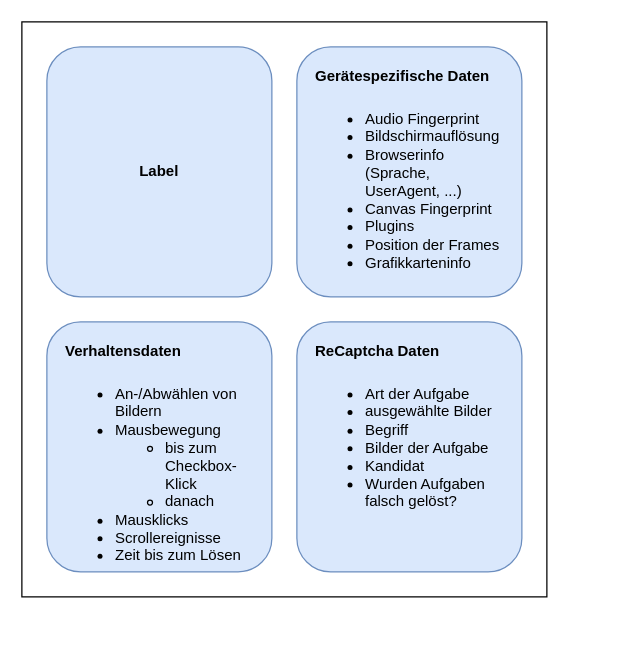
lustigo/refingerprint keeps this draw.io diagram as ext/Data.drawio. Above is the earlier version. Source tidied: cells renumbered, new cells numbered last; positions are measured from the earlier drawing's top-left corner, leaving out a move shared by most shapes. Both pictures are drawn from the tidied source at 125%, with x=0, y=0 at pixel (21, 21).
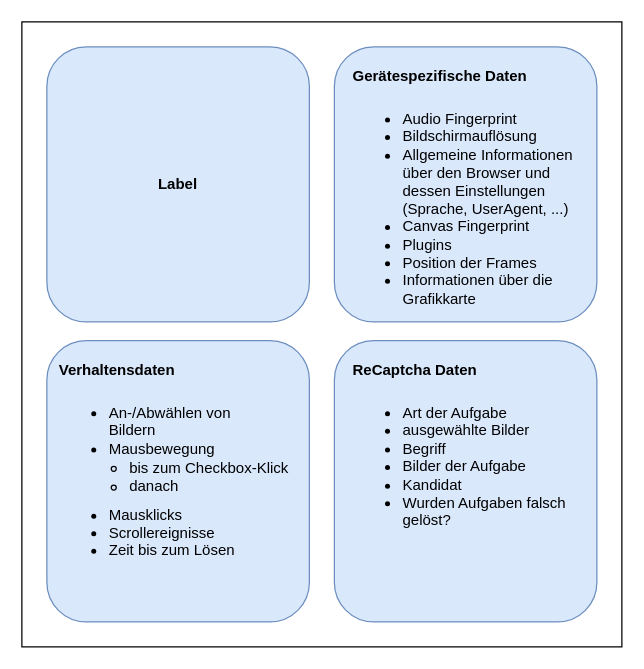
The same page after the edit.

Commit message (it also covers changes not shown here):
fix: Diagramme und Readme geupdated; Umfragenstruktur hinzugefügt

The edit, as a diff of the source:
```diff
@@
 <mxGraphModel>
   <root>
     <mxCell id="0" />
     <mxCell id="1" parent="0" />
+    <mxCell id="4" style="rounded=1;whiteSpace=wrap;html=1;fillColor=#dae8fc;strokeColor=#6c8ebf;" parent="1" vertex="1">
+      <mxGeometry x="250" y="20" width="210" height="220" as="geometry" />
+    </mxCell>
     <mxCell id="2" style="rounded=1;whiteSpace=wrap;html=1;fillColor=#dae8fc;strokeColor=#6c8ebf;" parent="1" vertex="1">
-      <mxGeometry x="220" y="240" width="180" height="200" as="geometry" />
+      <mxGeometry x="250" y="255" width="210" height="225" as="geometry" />
     </mxCell>
     <mxCell id="3" style="rounded=0;whiteSpace=wrap;html=1;fillColor=none;" parent="1" vertex="1">
-      <mxGeometry width="420" height="460" as="geometry" />
+      <mxGeometry width="480" height="500" as="geometry" />
     </mxCell>
-    <mxCell id="4" style="rounded=1;whiteSpace=wrap;html=1;fillColor=#dae8fc;strokeColor=#6c8ebf;" parent="1" vertex="1">
-      <mxGeometry x="220" y="20" width="180" height="200" as="geometry" />
-    </mxCell>
     <mxCell id="5" value="&lt;b&gt;Label&lt;/b&gt;" style="rounded=1;whiteSpace=wrap;html=1;fillColor=#dae8fc;strokeColor=#6c8ebf;" parent="1" vertex="1">
-      <mxGeometry x="20" y="20" width="180" height="200" as="geometry" />
+      <mxGeometry x="20" y="20" width="210" height="220" as="geometry" />
     </mxCell>
     <mxCell id="6" style="rounded=1;whiteSpace=wrap;html=1;fillColor=#dae8fc;strokeColor=#6c8ebf;" parent="1" vertex="1">
-      <mxGeometry x="20" y="240" width="180" height="200" as="geometry" />
+      <mxGeometry x="20" y="255" width="210" height="225" as="geometry" />
     </mxCell>
-    <mxCell id="7" value="&lt;h1&gt;&lt;font style=&quot;font-size: 12px&quot;&gt;Gerätespezifische Daten&lt;/font&gt;&lt;/h1&gt;&lt;div&gt;&lt;ul&gt;&lt;li&gt;&lt;font style=&quot;font-size: 12px&quot;&gt;Audio Fingerprint&lt;/font&gt;&lt;/li&gt;&lt;li&gt;&lt;font style=&quot;font-size: 12px&quot;&gt;Bildschirmauflösung&lt;/font&gt;&lt;/li&gt;&lt;li&gt;&lt;font style=&quot;font-size: 12px&quot;&gt;Browserinfo&lt;br&gt;&lt;/font&gt;(Sprache, UserAgent, ...)&amp;nbsp;&lt;/li&gt;&lt;li&gt;&lt;font style=&quot;font-size: 12px&quot;&gt;Canvas Fingerprint&lt;/font&gt;&lt;/li&gt;&lt;li&gt;&lt;font style=&quot;font-size: 12px&quot;&gt;Plugins&lt;/font&gt;&lt;/li&gt;&lt;li&gt;Position der Frames&lt;/li&gt;&lt;li&gt;&lt;font style=&quot;font-size: 12px&quot;&gt;Grafikkarteninfo&lt;/font&gt;&lt;/li&gt;&lt;/ul&gt;&lt;/div&gt;" style="text;html=1;strokeColor=none;fillColor=none;spacing=5;spacingTop=-20;whiteSpace=wrap;overflow=hidden;rounded=0;" parent="1" vertex="1">
-      <mxGeometry x="230" y="20" width="160" height="190" as="geometry" />
+    <mxCell id="7" value="&lt;h1&gt;&lt;font style=&quot;font-size: 12px&quot;&gt;Gerätespezifische Daten&lt;/font&gt;&lt;/h1&gt;&lt;div&gt;&lt;ul&gt;&lt;li&gt;&lt;font style=&quot;font-size: 12px&quot;&gt;Audio Fingerprint&lt;/font&gt;&lt;/li&gt;&lt;li&gt;&lt;font style=&quot;font-size: 12px&quot;&gt;Bildschirmauflösung&lt;/font&gt;&lt;/li&gt;&lt;li&gt;Allgemeine Informationen über den Browser und dessen Einstellungen (Sprache, UserAgent, ...)&amp;nbsp;&lt;/li&gt;&lt;li&gt;&lt;font style=&quot;font-size: 12px&quot;&gt;Canvas Fingerprint&lt;/font&gt;&lt;/li&gt;&lt;li&gt;&lt;font style=&quot;font-size: 12px&quot;&gt;Plugins&lt;/font&gt;&lt;/li&gt;&lt;li&gt;Position der Frames&lt;/li&gt;&lt;li&gt;&lt;font style=&quot;font-size: 12px&quot;&gt;Informationen über die Grafikkarte&lt;/font&gt;&lt;/li&gt;&lt;/ul&gt;&lt;/div&gt;" style="text;html=1;strokeColor=none;fillColor=none;spacing=5;spacingTop=-20;whiteSpace=wrap;overflow=hidden;rounded=0;" parent="1" vertex="1">
+      <mxGeometry x="260" y="20" width="190" height="210" as="geometry" />
     </mxCell>
     <mxCell id="8" value="&lt;h1&gt;&lt;font style=&quot;font-size: 12px&quot;&gt;ReCaptcha Daten&lt;/font&gt;&lt;/h1&gt;&lt;div&gt;&lt;ul&gt;&lt;li&gt;Art der Aufgabe&lt;/li&gt;&lt;li&gt;ausgewählte Bilder&lt;/li&gt;&lt;li&gt;Begriff&lt;/li&gt;&lt;li&gt;Bilder der Aufgabe&lt;/li&gt;&lt;li&gt;Kandidat&lt;/li&gt;&lt;li&gt;Wurden Aufgaben falsch gelöst?&lt;/li&gt;&lt;/ul&gt;&lt;/div&gt;" style="text;html=1;strokeColor=none;fillColor=none;spacing=5;spacingTop=-20;whiteSpace=wrap;overflow=hidden;rounded=0;" parent="1" vertex="1">
-      <mxGeometry x="230" y="240" width="160" height="170" as="geometry" />
+      <mxGeometry x="260" y="255" width="190" height="170" as="geometry" />
     </mxCell>
-    <mxCell id="9" value="&lt;h1&gt;&lt;font style=&quot;font-size: 12px&quot;&gt;Verhaltensdaten&lt;/font&gt;&lt;/h1&gt;&lt;div&gt;&lt;ul&gt;&lt;li&gt;An-/Abwählen von Bildern&lt;/li&gt;&lt;li&gt;Mausbewegung&lt;/li&gt;&lt;ul&gt;&lt;li&gt;bis zum Checkbox-Klick&lt;/li&gt;&lt;li&gt;danach&lt;/li&gt;&lt;/ul&gt;&lt;li&gt;Mausklicks&lt;/li&gt;&lt;li&gt;Scrollereignisse&lt;/li&gt;&lt;li&gt;Zeit bis zum Lösen&lt;/li&gt;&lt;/ul&gt;&lt;/div&gt;" style="text;html=1;strokeColor=none;fillColor=none;spacing=5;spacingTop=-20;whiteSpace=wrap;overflow=hidden;rounded=0;" parent="1" vertex="1">
-      <mxGeometry x="30" y="240" width="170" height="200" as="geometry" />
+    <mxCell id="9" value="&lt;h1&gt;&lt;font style=&quot;font-size: 12px&quot;&gt;Verhaltensdaten&lt;/font&gt;&lt;/h1&gt;&lt;div&gt;&lt;ul&gt;&lt;li&gt;An-/Abwählen von Bildern&lt;/li&gt;&lt;li&gt;Mausbewegung&lt;/li&gt;&lt;/ul&gt;&lt;div&gt;&lt;br&gt;&lt;/div&gt;&lt;ul&gt;&lt;li&gt;Mausklicks&lt;/li&gt;&lt;li&gt;Scrollereignisse&lt;/li&gt;&lt;li&gt;Zeit bis zum Lösen&lt;/li&gt;&lt;/ul&gt;&lt;/div&gt;" style="text;html=1;strokeColor=none;fillColor=none;spacing=5;spacingTop=-20;whiteSpace=wrap;overflow=hidden;rounded=0;" parent="1" vertex="1">
+      <mxGeometry x="25" y="255" width="180" height="200" as="geometry" />
     </mxCell>
+    <mxCell id="10" value="&lt;ul style=&quot;text-align: left&quot;&gt;&lt;ul&gt;&lt;li&gt;bis zum Checkbox-Klick&lt;/li&gt;&lt;li&gt;danach&lt;/li&gt;&lt;/ul&gt;&lt;/ul&gt;" style="text;html=1;strokeColor=none;fillColor=none;align=center;verticalAlign=middle;whiteSpace=wrap;rounded=0;" parent="1" vertex="1">
+      <mxGeometry x="5" y="314" width="210" height="100" as="geometry" />
+    </mxCell>
   </root>
 </mxGraphModel>
```
